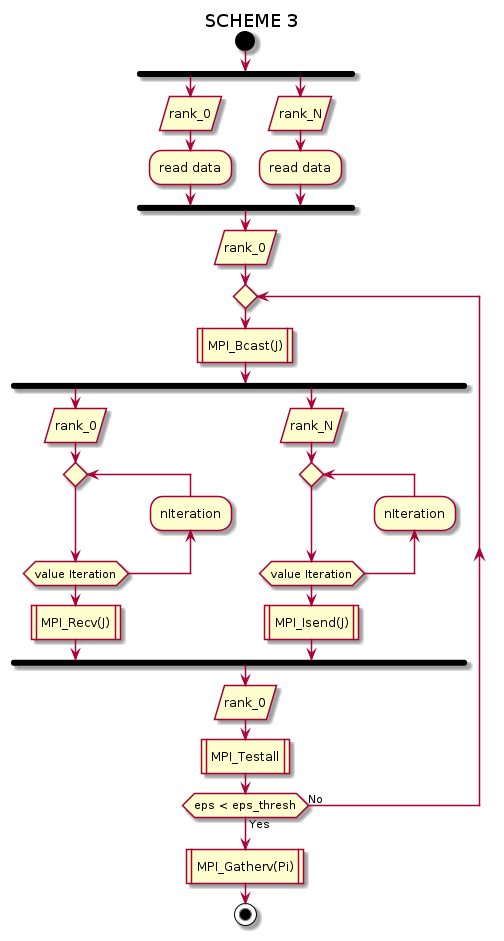
Above: out/src/scheme3/scheme3.png in hashkode/hpcfmi-mpivi (PlantUML), before the change. Source of this version:
```plantuml
@startuml
title SCHEME 3
start
fork
    :rank_0/
    :read data;
fork again
    :rank_N/
    :read data;
end fork
    :rank_0/
repeat
    :MPI_Bcast(J)|
fork
    :rank_0/
repeat
    backward:nIteration;
    repeat while (value Iteration)
    :MPI_Recv(J)|
fork again
    :rank_N/
repeat
    backward:nIteration;
    repeat while (value Iteration)
    :MPI_Isend(J)|
end fork
:rank_0/
:MPI_Testall|
repeat while (eps < eps_thresh) is (No) not (Yes)
:MPI_Gatherv(Pi)|

stop

@enduml
```
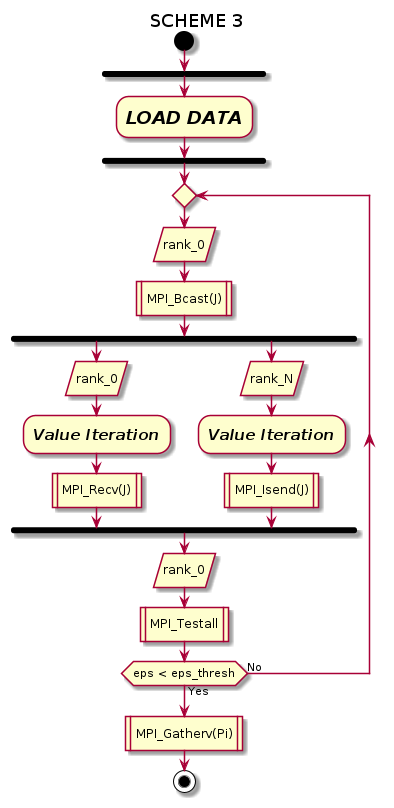
The same diagram one commit later.

Change to the diagram source:
```diff
@@ -2,26 +2,18 @@
 title SCHEME 3
 start
 fork
+:<size:18><i><b>LOAD DATA</b></i></size>;
+end fork
+repeat
     :rank_0/
-    :read data;
-fork again
-    :rank_N/
-    :read data;
-end fork
-    :rank_0/
-repeat
     :MPI_Bcast(J)|
 fork
     :rank_0/
-repeat
-    backward:nIteration;
-    repeat while (value Iteration)
+    :<size:15><i><b>Value Iteration</b></i></size>;
     :MPI_Recv(J)|
 fork again
     :rank_N/
-repeat
-    backward:nIteration;
-    repeat while (value Iteration)
+    :<size:15><i><b>Value Iteration</b></i></size>;
     :MPI_Isend(J)|
 end fork
 :rank_0/
```
